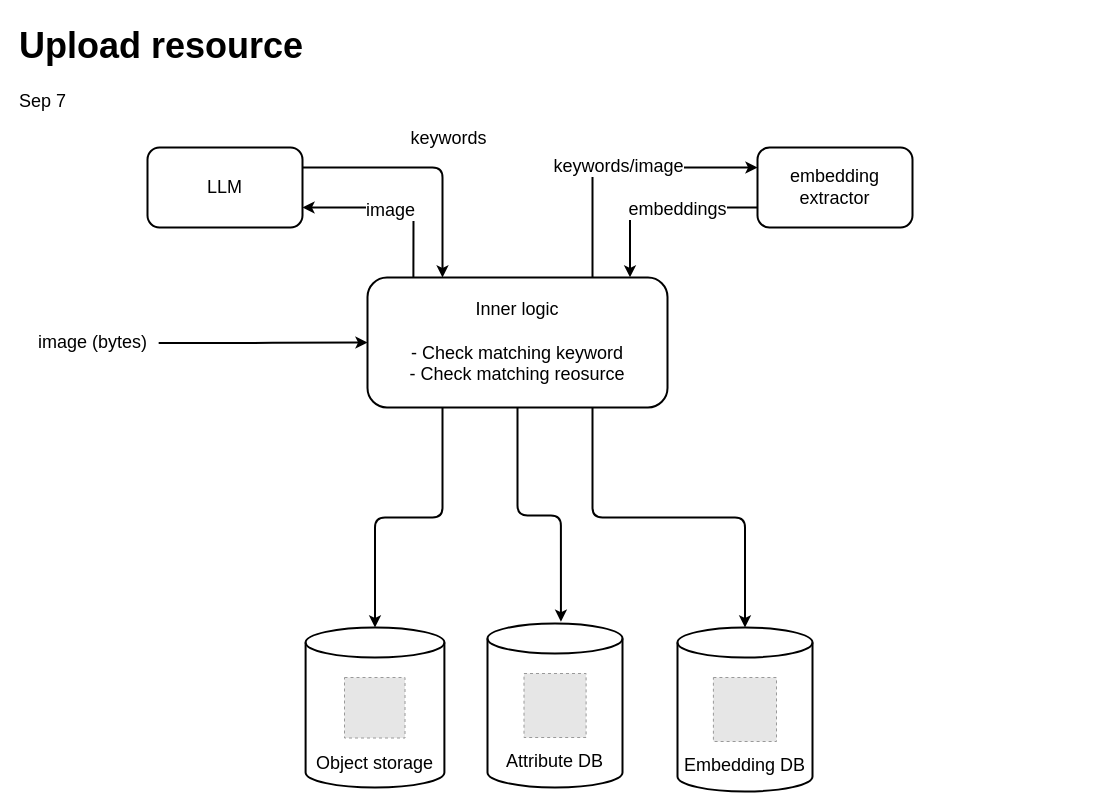
The draw.io diagram page "resource-upload" (2 of 5) of docs/system-diagram.drawio in hoanghl/visual-retriever, before the edit. Source tidied: cells renumbered, new cells numbered last; positions are measured from the earlier drawing's top-left corner, leaving out a move shared by most shapes. Both pictures are drawn from the tidied source at 100%, with x=0, y=0 at pixel (17, 17). Pictures stored in the file or linked from it are replaced by grey dashed boxes.
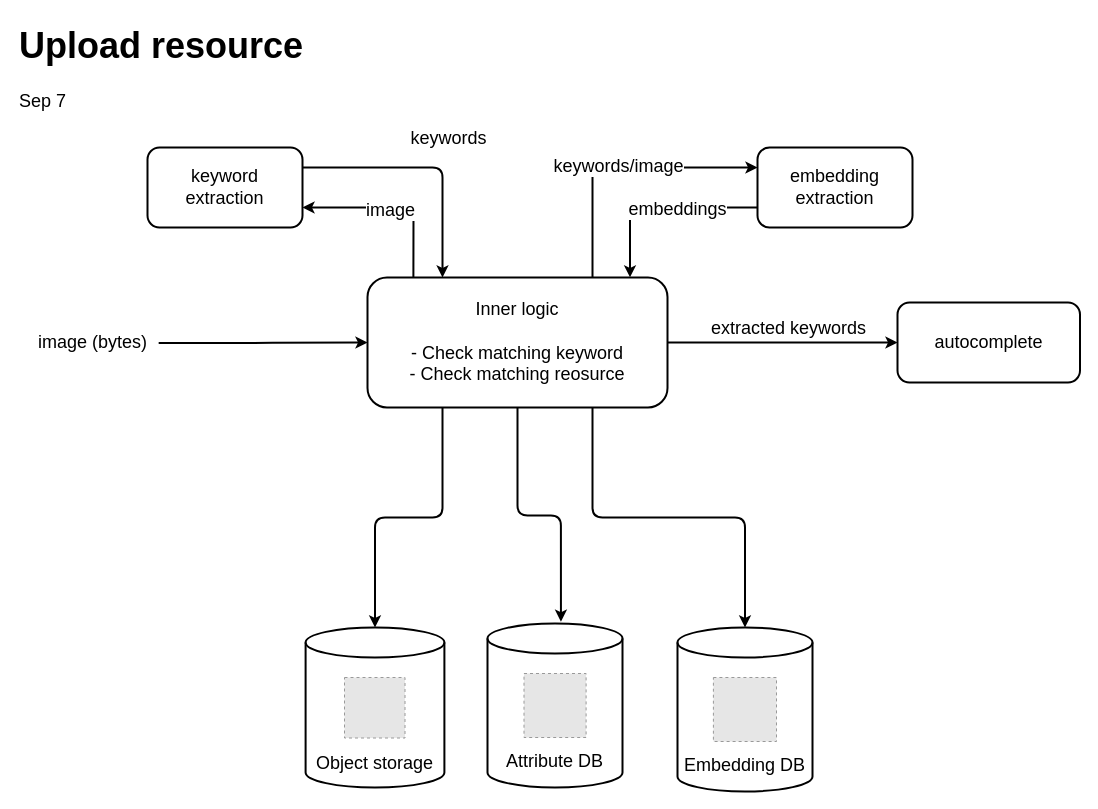
The same diagram, later.

Unchanged cells that the change refers to:
```xml
<mxCell id="19" value="Inner logic&lt;div&gt;&lt;br&gt;&lt;/div&gt;&lt;div&gt;- Check matching keyword&lt;/div&gt;&lt;div&gt;- Check matching reosurce&lt;/div&gt;" style="rounded=1;whiteSpace=wrap;html=1;fontSize=18;strokeWidth=2;" parent="1" vertex="1">
  <mxGeometry x="350" y="260" width="300" height="130" as="geometry" />
</mxCell>
```

What changed in the source:
```diff
@@
-    <mxCell id="5" value="embedding&lt;div&gt;extractor&lt;/div&gt;" style="rounded=1;whiteSpace=wrap;html=1;fontSize=18;strokeWidth=2;" parent="1" vertex="1">
+    <mxCell id="5" value="embedding&lt;div&gt;extraction&lt;/div&gt;" style="rounded=1;whiteSpace=wrap;html=1;fontSize=18;strokeWidth=2;" parent="1" vertex="1">
       <mxGeometry x="740" y="130" width="155" height="80" as="geometry" />
     </mxCell>
@@
-    <mxCell id="11" value="LLM" style="rounded=1;whiteSpace=wrap;html=1;fontSize=18;strokeWidth=2;" parent="1" vertex="1">
+    <mxCell id="11" value="keyword&lt;div&gt;extraction&lt;/div&gt;" style="rounded=1;whiteSpace=wrap;html=1;fontSize=18;strokeWidth=2;" parent="1" vertex="1">
       <mxGeometry x="130" y="130" width="155" height="80" as="geometry" />
     </mxCell>
@@
+    <mxCell id="25" style="edgeStyle=orthogonalEdgeStyle;shape=connector;curved=0;rounded=1;jettySize=auto;html=1;exitX=1;exitY=0.5;exitDx=0;exitDy=0;strokeColor=default;strokeWidth=2;align=center;verticalAlign=middle;fontFamily=Helvetica;fontSize=18;fontColor=default;labelBackgroundColor=default;startArrow=none;startFill=0;endArrow=classic;entryX=0;entryY=0.5;entryDx=0;entryDy=0;" parent="1" edge="1" source="19" target="26">
+      <mxGeometry relative="1" as="geometry" />
+    </mxCell>
@@
+    <mxCell id="26" value="&lt;font style=&quot;font-size: 18px;&quot;&gt;autocomplete&lt;/font&gt;" style="rounded=1;whiteSpace=wrap;html=1;strokeWidth=2;" parent="1" vertex="1">
+      <mxGeometry x="880" y="285" width="182.5" height="80" as="geometry" />
+    </mxCell>
+    <mxCell id="27" value="extracted keywords" style="edgeLabel;html=1;align=center;verticalAlign=middle;fontFamily=Helvetica;fontSize=18;fontColor=default;labelBackgroundColor=default;" parent="1" vertex="1">
+      <mxGeometry x="770" y="310" as="geometry" />
+    </mxCell>
```
